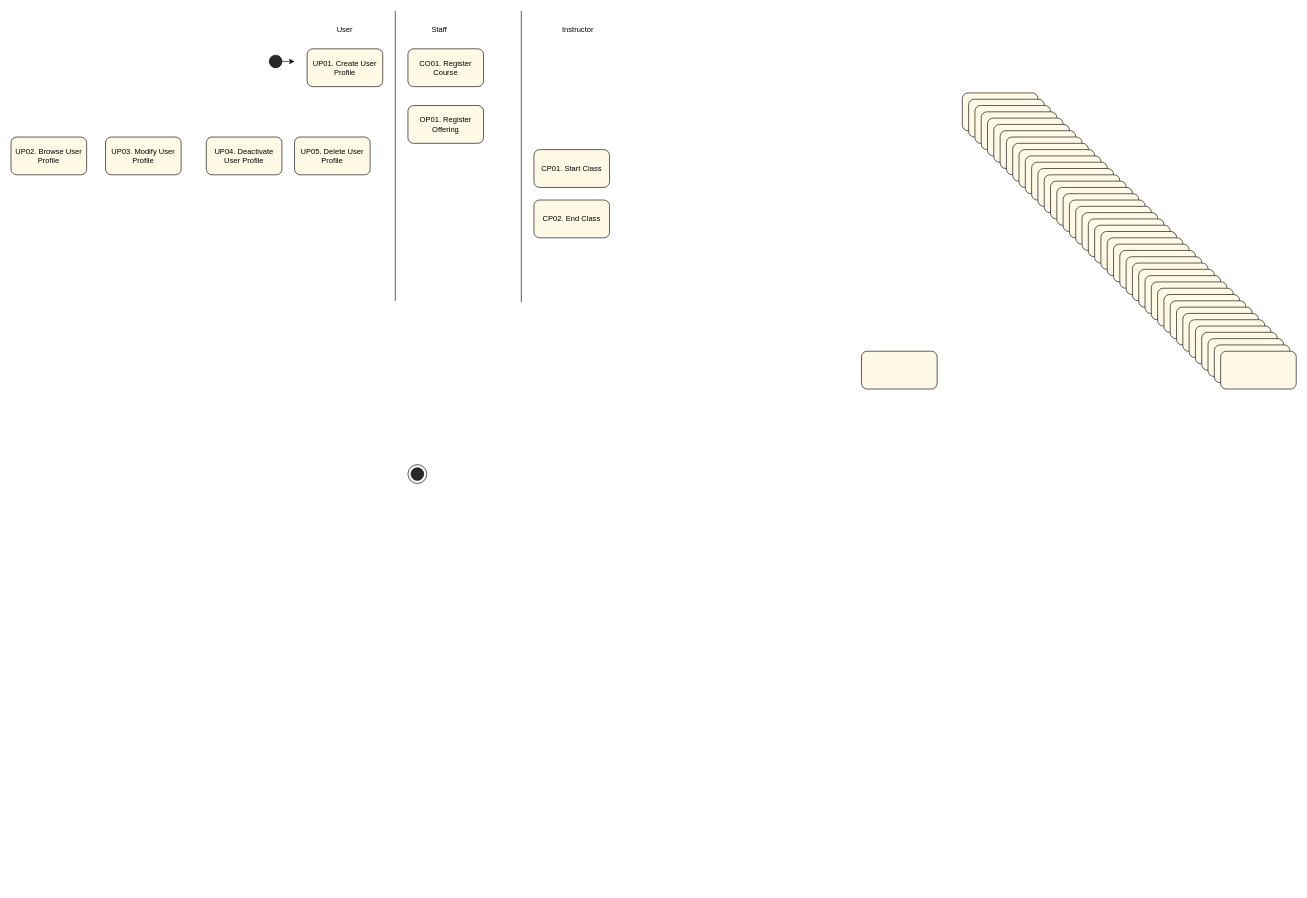
Above: Untitled Diagram.drawio in tlfzgjadyd/SoftwareAnalysisDesign (draw.io), before the change. Source tidied: cells renumbered, new cells numbered last; positions are measured from the earlier drawing's top-left corner, leaving out a move shared by most shapes. Both pictures are drawn from the tidied source at 63%, with x=0, y=0 at pixel (11, 11).
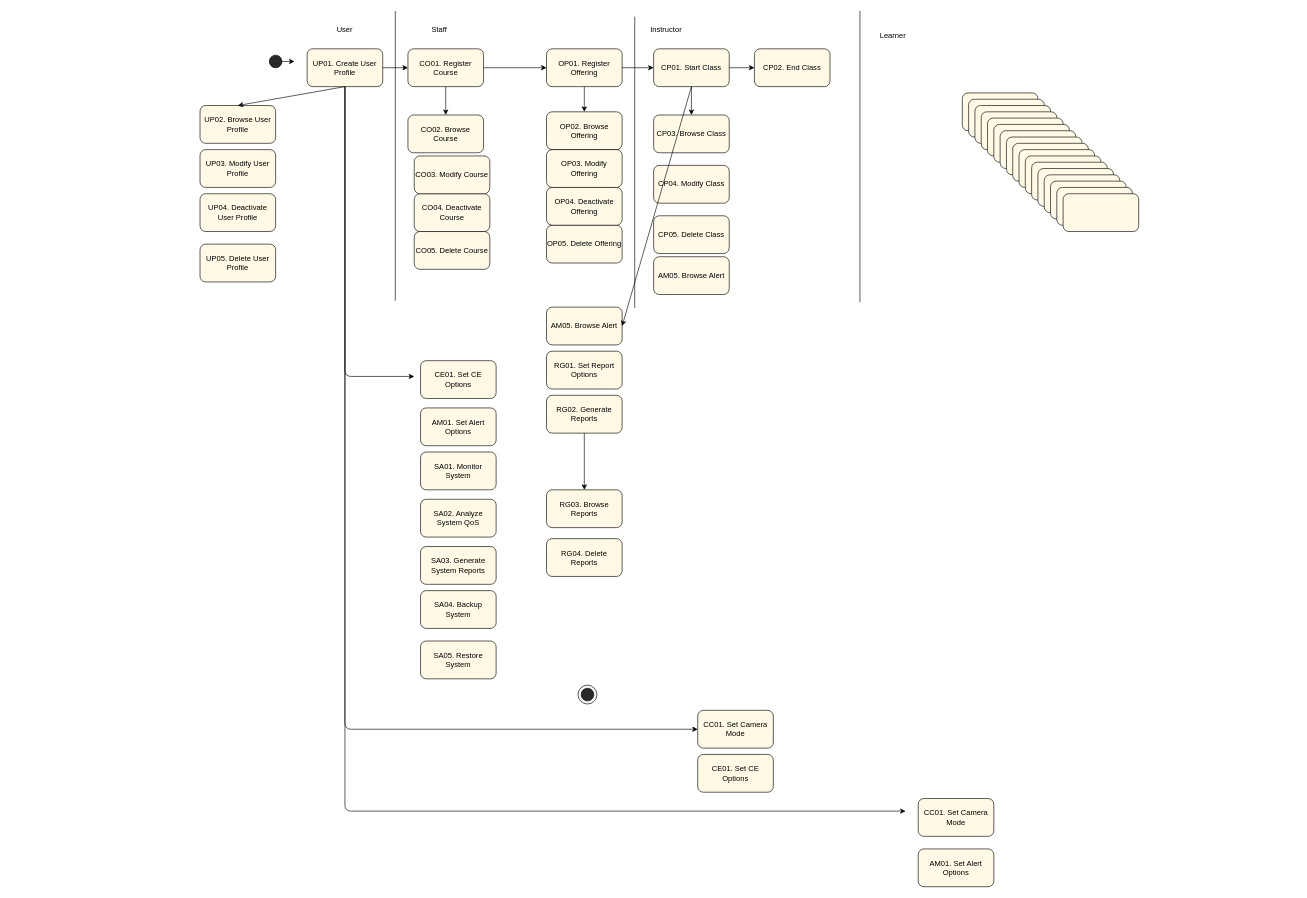
After the change.

The change refers to these unchanged cells:
```xml
<mxCell id="6" value="UP01. Create User Profile" style="rounded=1;whiteSpace=wrap;html=1;fillColor=#FFF9E6;" parent="1" vertex="1">
  <mxGeometry x="470" y="60" width="120" height="60" as="geometry" />
</mxCell>
<mxCell id="7" value="CO01. Register Course" style="rounded=1;whiteSpace=wrap;html=1;fillColor=#FFF9E6;" parent="1" vertex="1">
  <mxGeometry x="630" y="60" width="120" height="60" as="geometry" />
</mxCell>
```

Diff of the diagram source:
```diff
@@
-    <mxCell id="3" style="group;" parent="1" vertex="1">
-      <mxGeometry x="630" y="720" width="30" height="30" as="geometry" />
-    </mxCell>
-    <mxCell id="4" style="ellipse;whiteSpace=wrap;html=1;fillColor=#F7F7F7;" parent="3" vertex="1">
-      <mxGeometry width="30" height="30" as="geometry" />
-    </mxCell>
-    <mxCell id="5" style="ellipse;whiteSpace=wrap;html=1;fillColor=#292929;" parent="3" vertex="1">
-      <mxGeometry x="5" y="5" width="20" height="20" as="geometry" />
-    </mxCell>
@@
-    <mxCell id="25" style="rounded=1;whiteSpace=wrap;html=1;fillColor=#FFF9E6;" parent="1" vertex="1">
-      <mxGeometry x="1680" y="300" width="120" height="60" as="geometry" />
+    <mxCell id="25" value="RG04. Delete Reports" style="rounded=1;whiteSpace=wrap;html=1;fillColor=#FFF9E6;" parent="1" vertex="1">
+      <mxGeometry x="850" y="837.5" width="120" height="60" as="geometry" />
     </mxCell>
-    <mxCell id="26" style="rounded=1;whiteSpace=wrap;html=1;fillColor=#FFF9E6;" parent="1" vertex="1">
-      <mxGeometry x="1690" y="310" width="120" height="60" as="geometry" />
+    <mxCell id="26" value="RG03. Browse Reports" style="rounded=1;whiteSpace=wrap;html=1;fillColor=#FFF9E6;" parent="1" vertex="1">
+      <mxGeometry x="850" y="760" width="120" height="60" as="geometry" />
     </mxCell>
-    <mxCell id="27" style="rounded=1;whiteSpace=wrap;html=1;fillColor=#FFF9E6;" parent="1" vertex="1">
-      <mxGeometry x="1700" y="320" width="120" height="60" as="geometry" />
+    <mxCell id="27" value="RG02. Generate Reports" style="rounded=1;whiteSpace=wrap;html=1;fillColor=#FFF9E6;" parent="1" vertex="1">
+      <mxGeometry x="850" y="610" width="120" height="60" as="geometry" />
     </mxCell>
-    <mxCell id="28" style="rounded=1;whiteSpace=wrap;html=1;fillColor=#FFF9E6;" parent="1" vertex="1">
-      <mxGeometry x="1710" y="330" width="120" height="60" as="geometry" />
+    <mxCell id="28" value="RG01. Set Report Options" style="rounded=1;whiteSpace=wrap;html=1;fillColor=#FFF9E6;" parent="1" vertex="1">
+      <mxGeometry x="850" y="540" width="120" height="60" as="geometry" />
     </mxCell>
-    <mxCell id="29" style="rounded=1;whiteSpace=wrap;html=1;fillColor=#FFF9E6;" parent="1" vertex="1">
-      <mxGeometry x="1720" y="340" width="120" height="60" as="geometry" />
+    <mxCell id="29" value="SA05. Restore System" style="rounded=1;whiteSpace=wrap;html=1;fillColor=#FFF9E6;" parent="1" vertex="1">
+      <mxGeometry x="650" y="1000" width="120" height="60" as="geometry" />
     </mxCell>
-    <mxCell id="30" style="rounded=1;whiteSpace=wrap;html=1;fillColor=#FFF9E6;" parent="1" vertex="1">
-      <mxGeometry x="1730" y="350" width="120" height="60" as="geometry" />
+    <mxCell id="30" value="SA01. Monitor System" style="rounded=1;whiteSpace=wrap;html=1;fillColor=#FFF9E6;" parent="1" vertex="1">
+      <mxGeometry x="650" y="700" width="120" height="60" as="geometry" />
     </mxCell>
-    <mxCell id="31" style="rounded=1;whiteSpace=wrap;html=1;fillColor=#FFF9E6;" parent="1" vertex="1">
-      <mxGeometry x="1740" y="360" width="120" height="60" as="geometry" />
+    <mxCell id="31" value="SA04. Backup System" style="rounded=1;whiteSpace=wrap;html=1;fillColor=#FFF9E6;" parent="1" vertex="1">
+      <mxGeometry x="650" y="920" width="120" height="60" as="geometry" />
     </mxCell>
-    <mxCell id="32" style="rounded=1;whiteSpace=wrap;html=1;fillColor=#FFF9E6;" parent="1" vertex="1">
-      <mxGeometry x="1750" y="370" width="120" height="60" as="geometry" />
+    <mxCell id="32" value="SA03. Generate System Reports" style="rounded=1;whiteSpace=wrap;html=1;fillColor=#FFF9E6;" parent="1" vertex="1">
+      <mxGeometry x="650" y="850" width="120" height="60" as="geometry" />
     </mxCell>
-    <mxCell id="33" style="rounded=1;whiteSpace=wrap;html=1;fillColor=#FFF9E6;" parent="1" vertex="1">
-      <mxGeometry x="1760" y="380" width="120" height="60" as="geometry" />
+    <mxCell id="33" value="&lt;div&gt;&lt;span&gt;SA02. Analyze System QoS&lt;/span&gt;&lt;br&gt;&lt;/div&gt;" style="rounded=1;whiteSpace=wrap;html=1;fillColor=#FFF9E6;" parent="1" vertex="1">
+      <mxGeometry x="650" y="775" width="120" height="60" as="geometry" />
     </mxCell>
-    <mxCell id="34" style="rounded=1;whiteSpace=wrap;html=1;fillColor=#FFF9E6;" parent="1" vertex="1">
-      <mxGeometry x="1770" y="390" width="120" height="60" as="geometry" />
+    <mxCell id="34" value="CE01. Set CE Options" style="rounded=1;whiteSpace=wrap;html=1;fillColor=#FFF9E6;" parent="1" vertex="1">
+      <mxGeometry x="650" y="555" width="120" height="60" as="geometry" />
     </mxCell>
-    <mxCell id="35" style="rounded=1;whiteSpace=wrap;html=1;fillColor=#FFF9E6;" parent="1" vertex="1">
-      <mxGeometry x="1780" y="400" width="120" height="60" as="geometry" />
+    <mxCell id="35" value="AM05. Browse Alert" style="rounded=1;whiteSpace=wrap;html=1;fillColor=#FFF9E6;" parent="1" vertex="1">
+      <mxGeometry x="1020" y="390" width="120" height="60" as="geometry" />
     </mxCell>
-    <mxCell id="36" style="rounded=1;whiteSpace=wrap;html=1;fillColor=#FFF9E6;" parent="1" vertex="1">
-      <mxGeometry x="1790" y="410" width="120" height="60" as="geometry" />
+    <mxCell id="36" value="CE01. Set CE Options" style="rounded=1;whiteSpace=wrap;html=1;fillColor=#FFF9E6;" parent="1" vertex="1">
+      <mxGeometry x="1090" y="1180" width="120" height="60" as="geometry" />
     </mxCell>
-    <mxCell id="37" style="rounded=1;whiteSpace=wrap;html=1;fillColor=#FFF9E6;" parent="1" vertex="1">
-      <mxGeometry x="1800" y="420" width="120" height="60" as="geometry" />
+    <mxCell id="37" value="&lt;div&gt;AM01. Set Alert Options&lt;/div&gt;" style="rounded=1;whiteSpace=wrap;html=1;fillColor=#FFF9E6;" parent="1" vertex="1">
+      <mxGeometry x="1440" y="1330" width="120" height="60" as="geometry" />
     </mxCell>
-    <mxCell id="38" style="rounded=1;whiteSpace=wrap;html=1;fillColor=#FFF9E6;" parent="1" vertex="1">
-      <mxGeometry x="1810" y="430" width="120" height="60" as="geometry" />
+    <mxCell id="38" value="CC01. Set Camera Mode" style="rounded=1;whiteSpace=wrap;html=1;fillColor=#FFF9E6;" parent="1" vertex="1">
+      <mxGeometry x="1440" y="1250" width="120" height="60" as="geometry" />
     </mxCell>
-    <mxCell id="39" style="rounded=1;whiteSpace=wrap;html=1;fillColor=#FFF9E6;" parent="1" vertex="1">
-      <mxGeometry x="1820" y="440" width="120" height="60" as="geometry" />
+    <mxCell id="39" value="CP05. Delete Class" style="rounded=1;whiteSpace=wrap;html=1;fillColor=#FFF9E6;" parent="1" vertex="1">
+      <mxGeometry x="1020" y="325" width="120" height="60" as="geometry" />
     </mxCell>
-    <mxCell id="40" style="rounded=1;whiteSpace=wrap;html=1;fillColor=#FFF9E6;" parent="1" vertex="1">
-      <mxGeometry x="1830" y="450" width="120" height="60" as="geometry" />
+    <mxCell id="40" value="CP04. Modify Class" style="rounded=1;whiteSpace=wrap;html=1;fillColor=#FFF9E6;" parent="1" vertex="1">
+      <mxGeometry x="1020" y="245" width="120" height="60" as="geometry" />
     </mxCell>
-    <mxCell id="41" style="rounded=1;whiteSpace=wrap;html=1;fillColor=#FFF9E6;" parent="1" vertex="1">
-      <mxGeometry x="1840" y="460" width="120" height="60" as="geometry" />
+    <mxCell id="41" value="CP03. Browse Class" style="rounded=1;whiteSpace=wrap;html=1;fillColor=#FFF9E6;" parent="1" vertex="1">
+      <mxGeometry x="1020" y="165" width="120" height="60" as="geometry" />
     </mxCell>
-    <mxCell id="42" style="rounded=1;whiteSpace=wrap;html=1;fillColor=#FFF9E6;" parent="1" vertex="1">
-      <mxGeometry x="1850" y="470" width="120" height="60" as="geometry" />
+    <mxCell id="42" value="OP02. Browse Offering" style="rounded=1;whiteSpace=wrap;html=1;fillColor=#FFF9E6;" parent="1" vertex="1">
+      <mxGeometry x="850" y="160" width="120" height="60" as="geometry" />
     </mxCell>
-    <mxCell id="43" style="rounded=1;whiteSpace=wrap;html=1;fillColor=#FFF9E6;" parent="1" vertex="1">
-      <mxGeometry x="1860" y="480" width="120" height="60" as="geometry" />
+    <mxCell id="43" value="OP05. Delete Offering" style="rounded=1;whiteSpace=wrap;html=1;fillColor=#FFF9E6;" parent="1" vertex="1">
+      <mxGeometry x="850" y="340" width="120" height="60" as="geometry" />
     </mxCell>
-    <mxCell id="44" style="rounded=1;whiteSpace=wrap;html=1;fillColor=#FFF9E6;" parent="1" vertex="1">
-      <mxGeometry x="1870" y="490" width="120" height="60" as="geometry" />
+    <mxCell id="44" value="OP04. Deactivate Offering" style="rounded=1;whiteSpace=wrap;html=1;fillColor=#FFF9E6;" parent="1" vertex="1">
+      <mxGeometry x="850" y="280" width="120" height="60" as="geometry" />
     </mxCell>
-    <mxCell id="45" style="rounded=1;whiteSpace=wrap;html=1;fillColor=#FFF9E6;" parent="1" vertex="1">
-      <mxGeometry x="1880" y="500" width="120" height="60" as="geometry" />
+    <mxCell id="45" value="OP03. Modify Offering" style="rounded=1;whiteSpace=wrap;html=1;fillColor=#FFF9E6;" parent="1" vertex="1">
+      <mxGeometry x="850" y="220" width="120" height="60" as="geometry" />
     </mxCell>
-    <mxCell id="46" style="rounded=1;whiteSpace=wrap;html=1;fillColor=#FFF9E6;" parent="1" vertex="1">
-      <mxGeometry x="1890" y="510" width="120" height="60" as="geometry" />
+    <mxCell id="46" value="CO05. Delete Course" style="rounded=1;whiteSpace=wrap;html=1;fillColor=#FFF9E6;" parent="1" vertex="1">
+      <mxGeometry x="640" y="350" width="120" height="60" as="geometry" />
     </mxCell>
-    <mxCell id="47" style="rounded=1;whiteSpace=wrap;html=1;fillColor=#FFF9E6;" parent="1" vertex="1">
-      <mxGeometry x="1900" y="520" width="120" height="60" as="geometry" />
+    <mxCell id="47" value="CO02. Browse Course" style="rounded=1;whiteSpace=wrap;html=1;fillColor=#FFF9E6;" parent="1" vertex="1">
+      <mxGeometry x="630" y="165" width="120" height="60" as="geometry" />
     </mxCell>
-    <mxCell id="48" style="rounded=1;whiteSpace=wrap;html=1;fillColor=#FFF9E6;" parent="1" vertex="1">
-      <mxGeometry x="1910" y="530" width="120" height="60" as="geometry" />
+    <mxCell id="48" value="CO04. Deactivate Course" style="rounded=1;whiteSpace=wrap;html=1;fillColor=#FFF9E6;" parent="1" vertex="1">
+      <mxGeometry x="640" y="290" width="120" height="60" as="geometry" />
     </mxCell>
-    <mxCell id="49" style="rounded=1;whiteSpace=wrap;html=1;fillColor=#FFF9E6;" parent="1" vertex="1">
-      <mxGeometry x="1920" y="540" width="120" height="60" as="geometry" />
+    <mxCell id="49" value="CO03. Modify Course" style="rounded=1;whiteSpace=wrap;html=1;fillColor=#FFF9E6;" parent="1" vertex="1">
+      <mxGeometry x="640" y="230" width="120" height="60" as="geometry" />
     </mxCell>
     <mxCell id="50" value="UP05. Delete User Profile" style="rounded=1;whiteSpace=wrap;html=1;fillColor=#FFF9E6;" parent="1" vertex="1">
-      <mxGeometry x="450" y="200" width="120" height="60" as="geometry" />
+      <mxGeometry x="300" y="370" width="120" height="60" as="geometry" />
     </mxCell>
     <mxCell id="51" value="UP04. Deactivate User Profile" style="rounded=1;whiteSpace=wrap;html=1;fillColor=#FFF9E6;" parent="1" vertex="1">
-      <mxGeometry x="310" y="200" width="120" height="60" as="geometry" />
+      <mxGeometry x="300" y="290" width="120" height="60" as="geometry" />
     </mxCell>
     <mxCell id="52" value="UP03. Modify User Profile" style="rounded=1;whiteSpace=wrap;html=1;fillColor=#FFF9E6;" parent="1" vertex="1">
-      <mxGeometry x="150" y="200" width="120" height="60" as="geometry" />
+      <mxGeometry x="300" y="220" width="120" height="60" as="geometry" />
     </mxCell>
     <mxCell id="53" value="UP02. Browse User Profile" style="rounded=1;whiteSpace=wrap;html=1;fillColor=#FFF9E6;" parent="1" vertex="1">
-      <mxGeometry y="200" width="120" height="60" as="geometry" />
+      <mxGeometry x="300" y="150" width="120" height="60" as="geometry" />
     </mxCell>
     <mxCell id="54" value="CP02. End Class" style="rounded=1;whiteSpace=wrap;html=1;fillColor=#FFF9E6;" parent="1" vertex="1">
-      <mxGeometry x="830" y="300" width="120" height="60" as="geometry" />
+      <mxGeometry x="1180" y="60" width="120" height="60" as="geometry" />
     </mxCell>
     <mxCell id="55" value="CP01. Start Class" style="rounded=1;whiteSpace=wrap;html=1;fillColor=#FFF9E6;" parent="1" vertex="1">
-      <mxGeometry x="830" y="220" width="120" height="60" as="geometry" />
+      <mxGeometry x="1020" y="60" width="120" height="60" as="geometry" />
     </mxCell>
     <mxCell id="56" value="OP01. Register Offering" style="rounded=1;whiteSpace=wrap;html=1;fillColor=#FFF9E6;" parent="1" vertex="1">
-      <mxGeometry x="630" y="150" width="120" height="60" as="geometry" />
+      <mxGeometry x="850" y="60" width="120" height="60" as="geometry" />
     </mxCell>
-    <mxCell id="57" style="rounded=1;whiteSpace=wrap;html=1;fillColor=#FFF9E6;" parent="1" vertex="1">
-      <mxGeometry x="1350" y="540" width="120" height="60" as="geometry" />
+    <mxCell id="57" value="CC01. Set Camera Mode" style="rounded=1;whiteSpace=wrap;html=1;fillColor=#FFF9E6;" parent="1" vertex="1">
+      <mxGeometry x="1090" y="1110" width="120" height="60" as="geometry" />
     </mxCell>
@@
     <mxCell id="62" style="endArrow=none;html=1;" parent="1" edge="1">
       <mxGeometry relative="1" as="geometry">
-        <mxPoint x="810" y="462.4" as="sourcePoint" />
-        <mxPoint x="810" as="targetPoint" />
+        <mxPoint x="990" y="471.2" as="sourcePoint" />
+        <mxPoint x="990" y="8.8" as="targetPoint" />
       </mxGeometry>
     </mxCell>
     <mxCell id="63" value="Instructor" style="text;html=1;strokeColor=none;fillColor=none;align=center;verticalAlign=middle;whiteSpace=wrap;rounded=0;" parent="1" vertex="1">
-      <mxGeometry x="880" y="20" width="40" height="20" as="geometry" />
+      <mxGeometry x="1020" y="20" width="40" height="20" as="geometry" />
     </mxCell>
+    <mxCell id="64" style="endArrow=classic;html=1;entryX=0;entryY=0.5;entryDx=0;entryDy=0;" parent="1" edge="1" source="6" target="7">
+      <mxGeometry relative="1" as="geometry" />
+    </mxCell>
+    <mxCell id="65" style="endArrow=classic;html=1;exitX=1;exitY=0.5;exitDx=0;exitDy=0;entryX=0;entryY=0.5;entryDx=0;entryDy=0;" parent="1" edge="1" source="7" target="56">
+      <mxGeometry relative="1" as="geometry" />
+    </mxCell>
+    <mxCell id="66" style="endArrow=classic;html=1;entryX=0;entryY=0.5;entryDx=0;entryDy=0;exitX=1;exitY=0.5;exitDx=0;exitDy=0;" parent="1" edge="1" source="56" target="55">
+      <mxGeometry relative="1" as="geometry" />
+    </mxCell>
+    <mxCell id="67" style="endArrow=classic;html=1;entryX=0;entryY=0.5;entryDx=0;entryDy=0;exitX=1;exitY=0.5;exitDx=0;exitDy=0;" parent="1" edge="1" source="55" target="54">
+      <mxGeometry relative="1" as="geometry" />
+    </mxCell>
+    <mxCell id="68" style="endArrow=none;html=1;" parent="1" edge="1">
+      <mxGeometry relative="1" as="geometry">
+        <mxPoint x="1347.5" y="462.4" as="sourcePoint" />
+        <mxPoint x="1347.5" as="targetPoint" />
+      </mxGeometry>
+    </mxCell>
+    <mxCell id="69" value="Learner" style="text;html=1;strokeColor=none;fillColor=none;align=center;verticalAlign=middle;whiteSpace=wrap;rounded=0;" parent="1" vertex="1">
+      <mxGeometry x="1380" y="30" width="40" height="20" as="geometry" />
+    </mxCell>
+    <mxCell id="70" style="endArrow=classic;html=1;entryX=0.5;entryY=0;entryDx=0;entryDy=0;exitX=0.5;exitY=1;exitDx=0;exitDy=0;" parent="1" edge="1" source="6" target="53">
+      <mxGeometry relative="1" as="geometry" />
+    </mxCell>
+    <mxCell id="71" style="endArrow=classic;html=1;entryX=0.5;entryY=0;entryDx=0;entryDy=0;exitX=0.5;exitY=1;exitDx=0;exitDy=0;" parent="1" edge="1" source="7" target="47">
+      <mxGeometry relative="1" as="geometry" />
+    </mxCell>
+    <mxCell id="72" style="endArrow=classic;html=1;exitX=0.5;exitY=1;exitDx=0;exitDy=0;entryX=0.5;entryY=0;entryDx=0;entryDy=0;" parent="1" edge="1" source="56" target="42">
+      <mxGeometry relative="1" as="geometry" />
+    </mxCell>
+    <mxCell id="73" style="endArrow=classic;html=1;" parent="1" edge="1" source="55" target="41">
+      <mxGeometry relative="1" as="geometry" />
+    </mxCell>
+    <mxCell id="74" style="endArrow=classic;html=1;entryX=0;entryY=0.5;entryDx=0;entryDy=0;" parent="1" edge="1" source="6" target="57">
+      <mxGeometry relative="1" as="geometry">
+        <Array as="points">
+          <mxPoint x="530" y="1140" />
+        </Array>
+      </mxGeometry>
+    </mxCell>
+    <mxCell id="75" style="endArrow=classic;html=1;" parent="1" edge="1">
+      <mxGeometry relative="1" as="geometry">
+        <mxPoint x="530" y="120" as="sourcePoint" />
+        <mxPoint x="1420" y="1270" as="targetPoint" />
+        <Array as="points">
+          <mxPoint x="530" y="1270" />
+        </Array>
+      </mxGeometry>
+    </mxCell>
+    <mxCell id="76" style="endArrow=classic;html=1;" parent="1" edge="1">
+      <mxGeometry relative="1" as="geometry">
+        <mxPoint x="530" y="120" as="sourcePoint" />
+        <mxPoint x="640" y="580" as="targetPoint" />
+        <Array as="points">
+          <mxPoint x="530" y="580" />
+        </Array>
+      </mxGeometry>
+    </mxCell>
+    <mxCell id="77" style="group;" parent="1" vertex="1">
+      <mxGeometry x="900" y="1070" width="30" height="30" as="geometry" />
+    </mxCell>
+    <mxCell id="3" style="group;" parent="77" vertex="1">
+      <mxGeometry width="30" height="30" as="geometry" />
+    </mxCell>
+    <mxCell id="4" style="ellipse;whiteSpace=wrap;html=1;fillColor=#F7F7F7;" parent="3" vertex="1">
+      <mxGeometry width="30" height="30" as="geometry" />
+    </mxCell>
+    <mxCell id="5" style="ellipse;whiteSpace=wrap;html=1;fillColor=#292929;" parent="3" vertex="1">
+      <mxGeometry x="5" y="5" width="20" height="20" as="geometry" />
+    </mxCell>
+    <mxCell id="78" value="AM05. Browse Alert" style="rounded=1;whiteSpace=wrap;html=1;fillColor=#FFF9E6;" parent="1" vertex="1">
+      <mxGeometry x="850" y="470" width="120" height="60" as="geometry" />
+    </mxCell>
+    <mxCell id="79" style="endArrow=classic;html=1;entryX=1;entryY=0.5;entryDx=0;entryDy=0;exitX=0.5;exitY=1;exitDx=0;exitDy=0;" parent="1" edge="1" source="55" target="78">
+      <mxGeometry relative="1" as="geometry" />
+    </mxCell>
+    <mxCell id="80" value="&lt;div&gt;AM01. Set Alert Options&lt;/div&gt;" style="rounded=1;whiteSpace=wrap;html=1;fillColor=#FFF9E6;" parent="1" vertex="1">
+      <mxGeometry x="650" y="630" width="120" height="60" as="geometry" />
+    </mxCell>
+    <mxCell id="81" style="endArrow=classic;html=1;entryX=0.5;entryY=0;entryDx=0;entryDy=0;" parent="1" edge="1" target="26">
+      <mxGeometry relative="1" as="geometry">
+        <mxPoint x="910" y="670" as="sourcePoint" />
+      </mxGeometry>
+    </mxCell>
```
